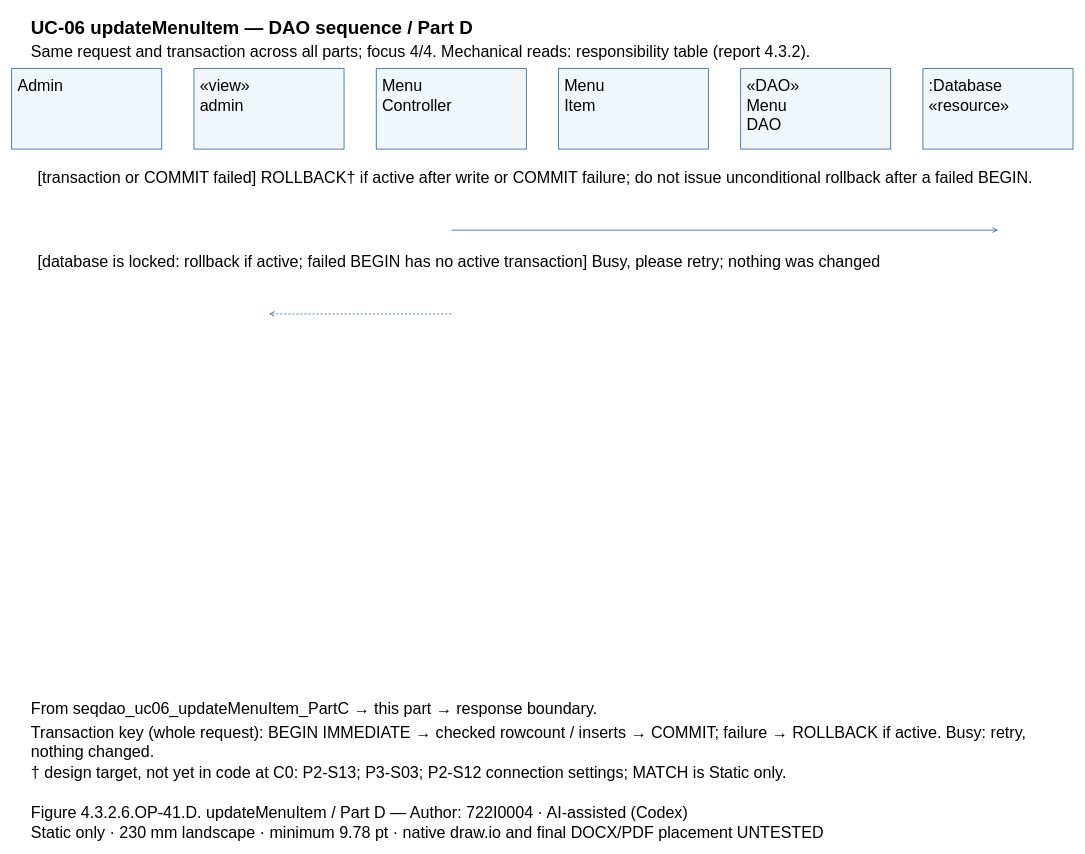
Above: models/UC-06/seqdao_uc06_updateMenuItem_PartD.drawio in Dat071104/SaigonBite (draw.io), before the change. Source tidied: cells renumbered, new cells numbered last; positions are measured from the earlier drawing's top-left corner, leaving out a move shared by most shapes. Both pictures are drawn from the tidied source at 67%, with x=0, y=0 at pixel (11, 11).
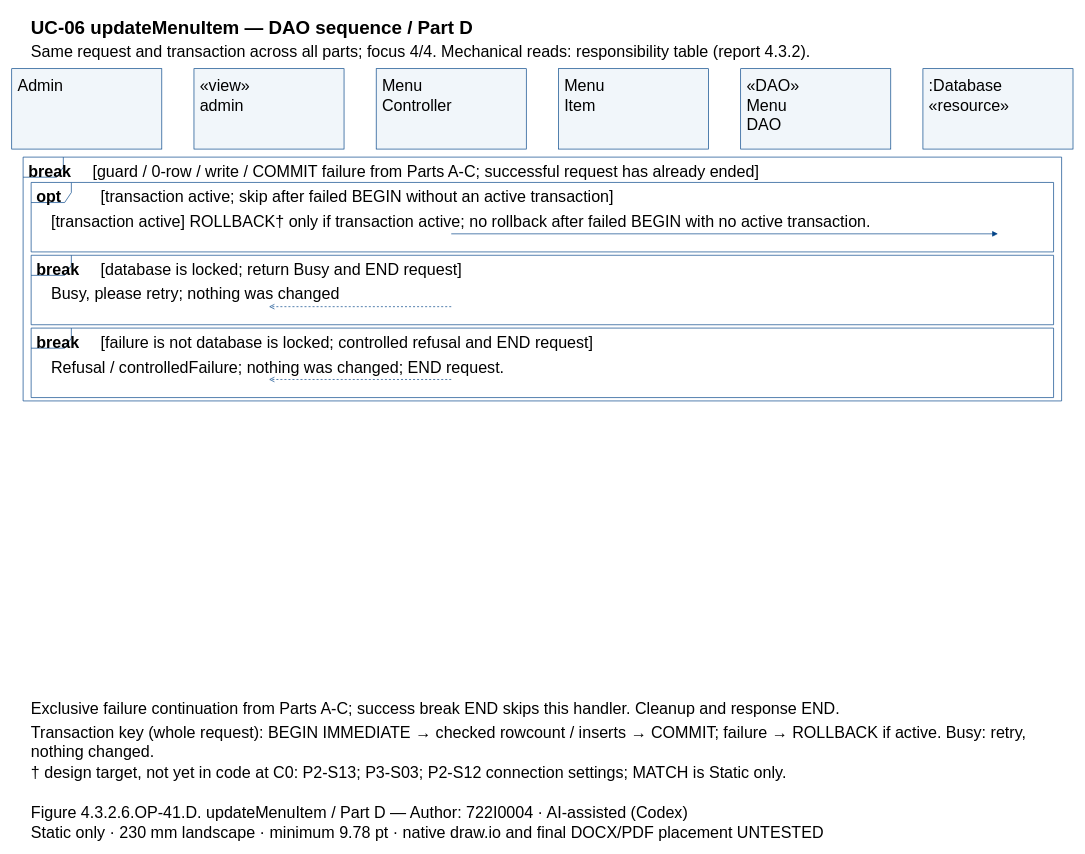
Above is the later version.

What changed in the source:
```diff
@@
+    <mxCell id="29" style="shape=umlFrame;fillColor=none;strokeColor=#004387;" parent="1" vertex="1">
+      <mxGeometry x="17" y="217" width="1550" height="363.9" as="geometry" />
+    </mxCell>
+    <mxCell id="30" style="shape=umlFrame;fillColor=none;strokeColor=#004387;" parent="1" vertex="1">
+      <mxGeometry x="29" y="254.8" width="1526" height="103.7" as="geometry" />
+    </mxCell>
+    <mxCell id="31" style="shape=umlFrame;fillColor=none;strokeColor=#004387;" parent="1" vertex="1">
+      <mxGeometry x="29" y="363.5" width="1526" height="103.7" as="geometry" />
+    </mxCell>
+    <mxCell id="32" style="shape=umlFrame;fillColor=none;strokeColor=#004387;" parent="1" vertex="1">
+      <mxGeometry x="29" y="472.2" width="1526" height="103.7" as="geometry" />
+    </mxCell>
@@
-    <mxCell id="5" value="Admin" style="text;html=0;whiteSpace=wrap;align=left;verticalAlign=top;strokeColor=none;fillColor=none;fontFamily=Arial;fontSize=24;fontStyle=0;" parent="1" vertex="1">
-      <mxGeometry x="7" y="90" width="210" height="27.8" as="geometry" />
-    </mxCell>
+    <mxCell id="9" value="Admin" style="text;html=0;whiteSpace=wrap;align=left;verticalAlign=top;strokeColor=none;fillColor=none;fontFamily=Arial;fontSize=24;fontStyle=0;" parent="1" vertex="1">
+      <mxGeometry x="7" y="90" width="210" height="27.8" as="geometry" />
+    </mxCell>
@@
-    <mxCell id="7" value="«view»&#10;admin" style="text;html=0;whiteSpace=wrap;align=left;verticalAlign=top;strokeColor=none;fillColor=none;fontFamily=Arial;fontSize=24;fontStyle=0;" parent="1" vertex="1">
-      <mxGeometry x="279" y="90" width="210" height="55.7" as="geometry" />
-    </mxCell>
+    <mxCell id="11" value="«view»&#10;admin" style="text;html=0;whiteSpace=wrap;align=left;verticalAlign=top;strokeColor=none;fillColor=none;fontFamily=Arial;fontSize=24;fontStyle=0;" parent="1" vertex="1">
+      <mxGeometry x="279" y="90" width="210" height="55.7" as="geometry" />
+    </mxCell>
@@
-    <mxCell id="9" value="Menu&#10;Controller" style="text;html=0;whiteSpace=wrap;align=left;verticalAlign=top;strokeColor=none;fillColor=none;fontFamily=Arial;fontSize=24;fontStyle=0;" parent="1" vertex="1">
-      <mxGeometry x="551" y="90" width="210" height="55.7" as="geometry" />
-    </mxCell>
+    <mxCell id="13" value="Menu&#10;Controller" style="text;html=0;whiteSpace=wrap;align=left;verticalAlign=top;strokeColor=none;fillColor=none;fontFamily=Arial;fontSize=24;fontStyle=0;" parent="1" vertex="1">
+      <mxGeometry x="551" y="90" width="210" height="55.7" as="geometry" />
+    </mxCell>
@@
-    <mxCell id="11" value="Menu&#10;Item" style="text;html=0;whiteSpace=wrap;align=left;verticalAlign=top;strokeColor=none;fillColor=none;fontFamily=Arial;fontSize=24;fontStyle=0;" parent="1" vertex="1">
-      <mxGeometry x="823" y="90" width="210" height="55.7" as="geometry" />
-    </mxCell>
+    <mxCell id="15" value="Menu&#10;Item" style="text;html=0;whiteSpace=wrap;align=left;verticalAlign=top;strokeColor=none;fillColor=none;fontFamily=Arial;fontSize=24;fontStyle=0;" parent="1" vertex="1">
+      <mxGeometry x="823" y="90" width="210" height="55.7" as="geometry" />
+    </mxCell>
@@
-    <mxCell id="13" value="«DAO»&#10;Menu&#10;DAO" style="text;html=0;whiteSpace=wrap;align=left;verticalAlign=top;strokeColor=none;fillColor=none;fontFamily=Arial;fontSize=24;fontStyle=0;" parent="1" vertex="1">
-      <mxGeometry x="1095" y="90" width="210" height="83.5" as="geometry" />
-    </mxCell>
+    <mxCell id="33" value="«DAO»&#10;Menu&#10;DAO" style="text;html=0;whiteSpace=wrap;align=left;verticalAlign=top;strokeColor=none;fillColor=none;fontFamily=Arial;fontSize=24;fontStyle=0;" parent="1" vertex="1">
+      <mxGeometry x="1095" y="90" width="210" height="83.5" as="geometry" />
+    </mxCell>
@@
-    <mxCell id="15" value=":Database&#10;«resource»" style="text;html=0;whiteSpace=wrap;align=left;verticalAlign=top;strokeColor=none;fillColor=none;fontFamily=Arial;fontSize=24;fontStyle=0;" parent="1" vertex="1">
-      <mxGeometry x="1367" y="90" width="210" height="55.7" as="geometry" />
-    </mxCell>
-    <mxCell id="16" value="[transaction or COMMIT failed] ROLLBACK† if active after write or COMMIT failure; do not issue unconditional rollback after a failed BEGIN." style="text;html=0;whiteSpace=wrap;align=left;verticalAlign=top;strokeColor=none;fillColor=none;fontFamily=Arial;fontSize=24;fontStyle=0;" parent="1" vertex="1">
-      <mxGeometry x="37" y="227" width="1510" height="27.8" as="geometry" />
-    </mxCell>
+    <mxCell id="34" value=":Database&#10;«resource»" style="text;html=0;whiteSpace=wrap;align=left;verticalAlign=top;strokeColor=none;fillColor=none;fontFamily=Arial;fontSize=24;fontStyle=0;" parent="1" vertex="1">
+      <mxGeometry x="1367" y="90" width="210" height="55.7" as="geometry" />
+    </mxCell>
+    <mxCell id="35" value="break" style="text;html=0;whiteSpace=wrap;align=left;verticalAlign=top;strokeColor=none;fillColor=none;fontFamily=Arial;fontSize=24;fontStyle=1;" parent="1" vertex="1">
+      <mxGeometry x="23" y="218" width="84" height="27.8" as="geometry" />
+    </mxCell>
+    <mxCell id="36" value="[guard / 0-row / write / COMMIT failure from Parts A-C; successful request has already ended]" style="text;html=0;whiteSpace=wrap;align=left;verticalAlign=top;strokeColor=none;fillColor=none;fontFamily=Arial;fontSize=24;fontStyle=0;" parent="1" vertex="1">
+      <mxGeometry x="119" y="218" width="1438" height="27.8" as="geometry" />
+    </mxCell>
+    <mxCell id="37" value="opt" style="text;html=0;whiteSpace=wrap;align=left;verticalAlign=top;strokeColor=none;fillColor=none;fontFamily=Arial;fontSize=24;fontStyle=1;" parent="1" vertex="1">
+      <mxGeometry x="35" y="255.8" width="84" height="27.8" as="geometry" />
+    </mxCell>
+    <mxCell id="38" value="[transaction active; skip after failed BEGIN without an active transaction]" style="text;html=0;whiteSpace=wrap;align=left;verticalAlign=top;strokeColor=none;fillColor=none;fontFamily=Arial;fontSize=24;fontStyle=0;" parent="1" vertex="1">
+      <mxGeometry x="131" y="255.8" width="1414" height="27.8" as="geometry" />
+    </mxCell>
+    <mxCell id="39" value="break" style="text;html=0;whiteSpace=wrap;align=left;verticalAlign=top;strokeColor=none;fillColor=none;fontFamily=Arial;fontSize=24;fontStyle=1;" parent="1" vertex="1">
+      <mxGeometry x="35" y="364.5" width="84" height="27.8" as="geometry" />
+    </mxCell>
+    <mxCell id="40" value="[database is locked; return Busy and END request]" style="text;html=0;whiteSpace=wrap;align=left;verticalAlign=top;strokeColor=none;fillColor=none;fontFamily=Arial;fontSize=24;fontStyle=0;" parent="1" vertex="1">
+      <mxGeometry x="131" y="364.5" width="1414" height="27.8" as="geometry" />
+    </mxCell>
+    <mxCell id="41" value="break" style="text;html=0;whiteSpace=wrap;align=left;verticalAlign=top;strokeColor=none;fillColor=none;fontFamily=Arial;fontSize=24;fontStyle=1;" parent="1" vertex="1">
+      <mxGeometry x="35" y="473.2" width="84" height="27.8" as="geometry" />
+    </mxCell>
+    <mxCell id="42" value="[failure is not database is locked; controlled refusal and END request]" style="text;html=0;whiteSpace=wrap;align=left;verticalAlign=top;strokeColor=none;fillColor=none;fontFamily=Arial;fontSize=24;fontStyle=0;" parent="1" vertex="1">
+      <mxGeometry x="131" y="473.2" width="1414" height="27.8" as="geometry" />
+    </mxCell>
+    <mxCell id="43" value="[transaction active] ROLLBACK† only if transaction active; no rollback after failed BEGIN with no active transaction." style="text;html=0;whiteSpace=wrap;align=left;verticalAlign=top;strokeColor=none;fillColor=none;fontFamily=Arial;fontSize=24;fontStyle=0;" parent="1" vertex="1">
+      <mxGeometry x="57" y="292.7" width="1470" height="27.8" as="geometry" />
+    </mxCell>
     <mxCell id="17" style="opacity=0;" parent="1" vertex="1">
-      <mxGeometry x="656" y="326" as="geometry" />
+      <mxGeometry x="656" y="331.5" as="geometry" />
     </mxCell>
     <mxCell id="18" style="opacity=0;" parent="1" vertex="1">
-      <mxGeometry x="1472" y="326" as="geometry" />
+      <mxGeometry x="1472" y="331.5" as="geometry" />
     </mxCell>
-    <mxCell id="19" style="edgeStyle=none;endArrow=open;strokeColor=#004387;exitX=0.5;entryX=0.5;exitPerimeter=0;entryPerimeter=0;" parent="1" edge="1" source="17" target="18">
+    <mxCell id="19" style="edgeStyle=none;endArrow=block;endFill=1;strokeColor=#004387;exitX=0.5;entryX=0.5;exitPerimeter=0;entryPerimeter=0;" parent="1" edge="1" source="17" target="18">
       <mxGeometry relative="1" as="geometry" />
     </mxCell>
-    <mxCell id="20" value="[database is locked: rollback if active; failed BEGIN has no active transaction] Busy, please retry; nothing was changed" style="text;html=0;whiteSpace=wrap;align=left;verticalAlign=top;strokeColor=none;fillColor=none;fontFamily=Arial;fontSize=24;fontStyle=0;" parent="1" vertex="1">
-      <mxGeometry x="37" y="352" width="1510" height="27.8" as="geometry" />
-    </mxCell>
+    <mxCell id="44" value="Busy, please retry; nothing was changed" style="text;html=0;whiteSpace=wrap;align=left;verticalAlign=top;strokeColor=none;fillColor=none;fontFamily=Arial;fontSize=24;fontStyle=0;" parent="1" vertex="1">
+      <mxGeometry x="57" y="401.4" width="1470" height="27.8" as="geometry" />
+    </mxCell>
     <mxCell id="21" style="opacity=0;" parent="1" vertex="1">
-      <mxGeometry x="656" y="451" as="geometry" />
+      <mxGeometry x="656" y="440.2" as="geometry" />
     </mxCell>
     <mxCell id="22" style="opacity=0;" parent="1" vertex="1">
-      <mxGeometry x="384" y="451" as="geometry" />
+      <mxGeometry x="384" y="440.2" as="geometry" />
     </mxCell>
-    <mxCell id="23" style="edgeStyle=none;endArrow=open;strokeColor=#004387;dashed=1;exitX=0.5;entryX=0.5;exitPerimeter=0;entryPerimeter=0;" parent="1" edge="1" source="21" target="22">
+    <mxCell id="23" style="edgeStyle=none;endArrow=open;endFill=0;strokeColor=#004387;dashed=1;exitX=0.5;entryX=0.5;exitPerimeter=0;entryPerimeter=0;" parent="1" edge="1" source="21" target="22">
       <mxGeometry relative="1" as="geometry" />
     </mxCell>
-    <mxCell id="24" value="From seqdao_uc06_updateMenuItem_PartC → this part → response boundary." style="text;html=0;whiteSpace=wrap;align=left;verticalAlign=top;strokeColor=none;fillColor=none;fontFamily=Arial;fontSize=24;fontStyle=0;" parent="1" vertex="1">
-      <mxGeometry x="27" y="1020" width="1530" height="27.8" as="geometry" />
-    </mxCell>
+    <mxCell id="45" value="Refusal / controlledFailure; nothing was changed; END request." style="text;html=0;whiteSpace=wrap;align=left;verticalAlign=top;strokeColor=none;fillColor=none;fontFamily=Arial;fontSize=24;fontStyle=0;" parent="1" vertex="1">
+      <mxGeometry x="57" y="510" width="1470" height="27.8" as="geometry" />
+    </mxCell>
+    <mxCell id="46" style="opacity=0;" parent="1" vertex="1">
+      <mxGeometry x="656" y="548.9" as="geometry" />
+    </mxCell>
+    <mxCell id="47" style="opacity=0;" parent="1" vertex="1">
+      <mxGeometry x="384" y="548.9" as="geometry" />
+    </mxCell>
+    <mxCell id="48" style="edgeStyle=none;endArrow=open;endFill=0;strokeColor=#004387;dashed=1;exitX=0.5;entryX=0.5;exitPerimeter=0;entryPerimeter=0;" parent="1" edge="1" source="46" target="47">
+      <mxGeometry relative="1" as="geometry" />
+    </mxCell>
+    <mxCell id="49" value="Exclusive failure continuation from Parts A-C; success break END skips this handler. Cleanup and response END." style="text;html=0;whiteSpace=wrap;align=left;verticalAlign=top;strokeColor=none;fillColor=none;fontFamily=Arial;fontSize=24;fontStyle=0;" parent="1" vertex="1">
+      <mxGeometry x="27" y="1020" width="1530" height="27.8" as="geometry" />
+    </mxCell>
```
